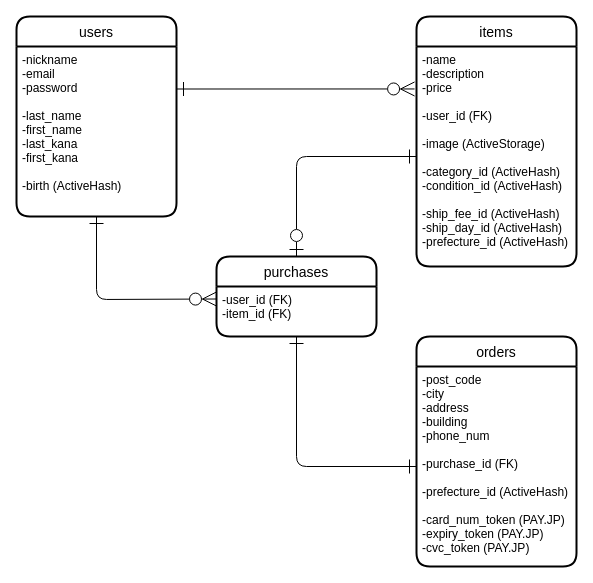
Earlier version of the draw.io diagram ER.dio (avocado-don/furima-38963). Source tidied: cells renumbered, new cells numbered last; positions are measured from the earlier drawing's top-left corner, leaving out a move shared by most shapes. Both pictures are drawn from the tidied source at 100%, with x=0, y=0 at pixel (16, 16).
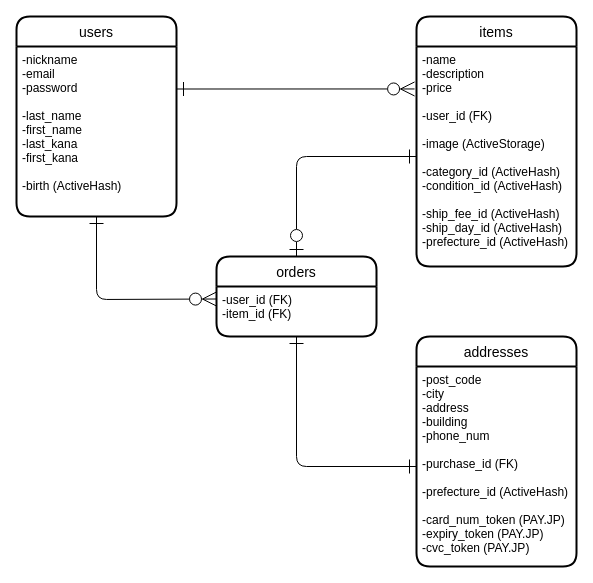
Above is the later version.

What changed in the source:
```diff
@@
 <mxGraphModel>
   <root>
     <mxCell id="0" />
     <mxCell id="1" parent="0" />
     <mxCell id="2" value="users" style="swimlane;horizontal=1;startSize=30;rounded=1;fontSize=14;fontStyle=0;strokeWidth=2;shadow=0;dashed=0;align=center;" parent="1" vertex="1">
       <mxGeometry width="160" height="200" as="geometry" />
     </mxCell>
     <mxCell id="3" value="-nickname&#10;-email&#10;-password&#10;&#10;-last_name&#10;-first_name&#10;-last_kana&#10;-first_kana&#10;&#10;-birth (ActiveHash)" style="align=left;strokeColor=none;fillColor=none;spacingLeft=4;fontSize=12;verticalAlign=top;" parent="2" vertex="1">
       <mxGeometry y="30" width="160" height="170" as="geometry" />
     </mxCell>
     <mxCell id="4" value="items" style="swimlane;horizontal=1;startSize=30;rounded=1;fontSize=14;fontStyle=0;strokeWidth=2;shadow=0;dashed=0;align=center;" parent="1" vertex="1">
       <mxGeometry x="400" width="160" height="250" as="geometry" />
     </mxCell>
     <mxCell id="5" value="-name&#10;-description&#10;-price&#10;&#10;-user_id (FK)&#10;&#10;-image (ActiveStorage)&#10;&#10;-category_id (ActiveHash)&#10;-condition_id (ActiveHash)&#10;&#10;-ship_fee_id (ActiveHash)&#10;-ship_day_id (ActiveHash)&#10;-prefecture_id (ActiveHash)" style="align=left;strokeColor=none;fillColor=none;spacingLeft=4;fontSize=12;verticalAlign=top;" parent="4" vertex="1">
       <mxGeometry y="30" width="160" height="220" as="geometry" />
     </mxCell>
-    <mxCell id="6" value="orders" style="swimlane;horizontal=1;startSize=30;rounded=1;fontSize=14;fontStyle=0;strokeWidth=2;shadow=0;dashed=0;align=center;" parent="1" vertex="1">
+    <mxCell id="6" value="addresses" style="swimlane;horizontal=1;startSize=30;rounded=1;fontSize=14;fontStyle=0;strokeWidth=2;shadow=0;dashed=0;align=center;" parent="1" vertex="1">
       <mxGeometry x="400" y="320" width="160" height="230" as="geometry" />
     </mxCell>
     <mxCell id="7" value="-post_code&#10;-city&#10;-address&#10;-building&#10;-phone_num&#10;&#10;-purchase_id (FK)&#10;&#10;-prefecture_id (ActiveHash)&#10;&#10;-card_num_token (PAY.JP)&#10;-expiry_token (PAY.JP)&#10;-cvc_token (PAY.JP)" style="align=left;strokeColor=none;fillColor=none;spacingLeft=4;fontSize=12;verticalAlign=top;" parent="6" vertex="1">
       <mxGeometry y="30" width="160" height="200" as="geometry" />
     </mxCell>
-    <mxCell id="8" value="purchases" style="swimlane;horizontal=1;startSize=30;rounded=1;fontSize=14;fontStyle=0;strokeWidth=2;shadow=0;dashed=0;align=center;" parent="1" vertex="1">
+    <mxCell id="8" value="orders" style="swimlane;horizontal=1;startSize=30;rounded=1;fontSize=14;fontStyle=0;strokeWidth=2;shadow=0;dashed=0;align=center;" parent="1" vertex="1">
       <mxGeometry x="200" y="240" width="160" height="80" as="geometry" />
     </mxCell>
     <mxCell id="9" value="-user_id (FK)&#10;-item_id (FK)&#10;" style="align=left;strokeColor=none;fillColor=none;spacingLeft=4;fontSize=12;verticalAlign=top;" parent="8" vertex="1">
       <mxGeometry y="30" width="160" height="50" as="geometry" />
     </mxCell>
     <mxCell id="10" style="edgeStyle=none;html=1;exitX=1;exitY=0.25;exitDx=0;exitDy=0;entryX=-0.012;entryY=0.193;entryDx=0;entryDy=0;entryPerimeter=0;startArrow=ERone;startFill=0;endArrow=ERzeroToMany;endFill=0;startSize=12;endSize=12;" parent="1" edge="1" source="3" target="5">
       <mxGeometry relative="1" as="geometry" />
     </mxCell>
     <mxCell id="11" style="edgeStyle=none;html=1;exitX=0;exitY=0.5;exitDx=0;exitDy=0;entryX=0.5;entryY=0;entryDx=0;entryDy=0;startArrow=ERone;startFill=0;endArrow=ERzeroToOne;endFill=0;startSize=12;endSize=12;" parent="1" edge="1" source="5" target="8">
       <mxGeometry relative="1" as="geometry">
         <Array as="points">
           <mxPoint x="280" y="140" />
         </Array>
       </mxGeometry>
     </mxCell>
     <mxCell id="12" style="edgeStyle=none;html=1;exitX=0.5;exitY=1;exitDx=0;exitDy=0;entryX=0;entryY=0.25;entryDx=0;entryDy=0;startArrow=ERone;startFill=0;endArrow=ERzeroToMany;endFill=0;startSize=12;endSize=12;" parent="1" edge="1" source="3" target="9">
       <mxGeometry relative="1" as="geometry">
         <Array as="points">
           <mxPoint x="80" y="283" />
         </Array>
       </mxGeometry>
     </mxCell>
     <mxCell id="13" style="edgeStyle=none;html=1;exitX=0.5;exitY=1;exitDx=0;exitDy=0;entryX=0;entryY=0.5;entryDx=0;entryDy=0;startArrow=ERone;startFill=0;endArrow=ERone;endFill=0;startSize=12;endSize=12;" parent="1" edge="1" source="9" target="7">
       <mxGeometry relative="1" as="geometry">
         <Array as="points">
           <mxPoint x="280" y="450" />
         </Array>
       </mxGeometry>
     </mxCell>
   </root>
 </mxGraphModel>
```
